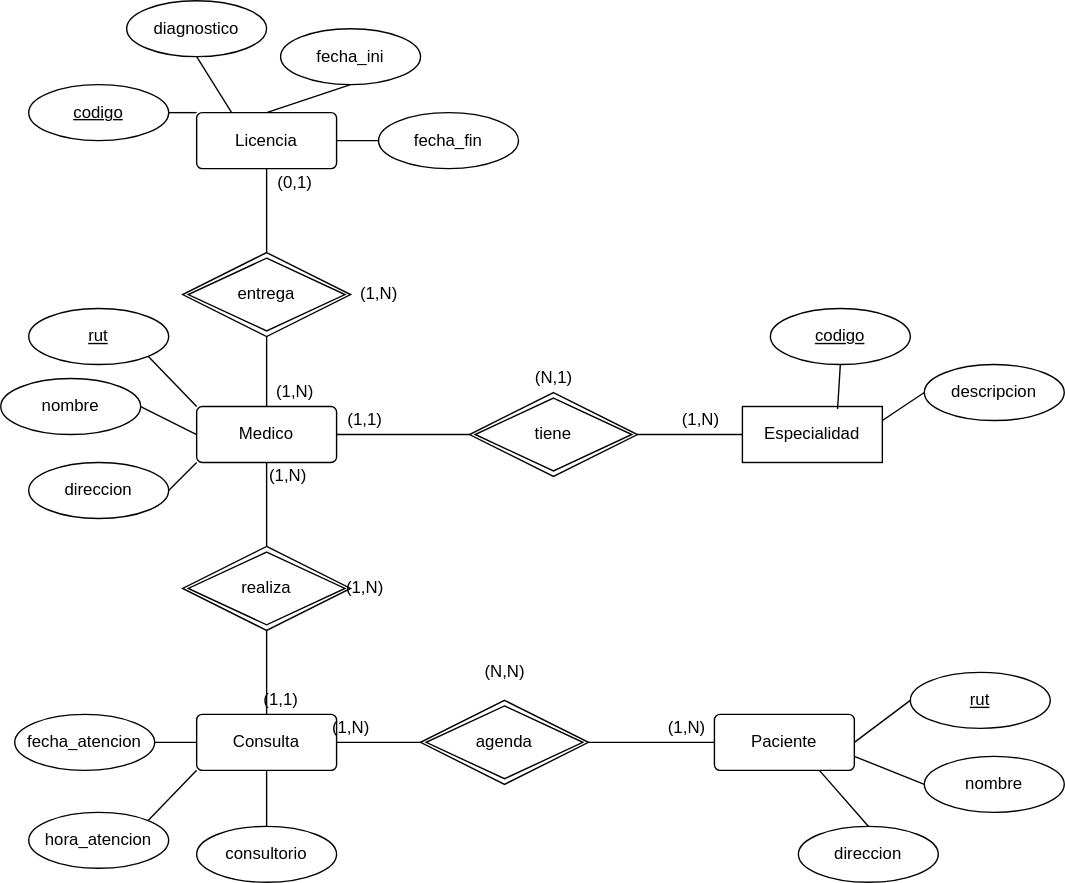
This is clinica_conceptual.svg from German-G-M/clinica, a draw.io export, as it was before one commit. Source tidied: cells renumbered, new cells last; positions are measured from the earlier drawing's top-left corner, leaving out a move shared by most shapes.
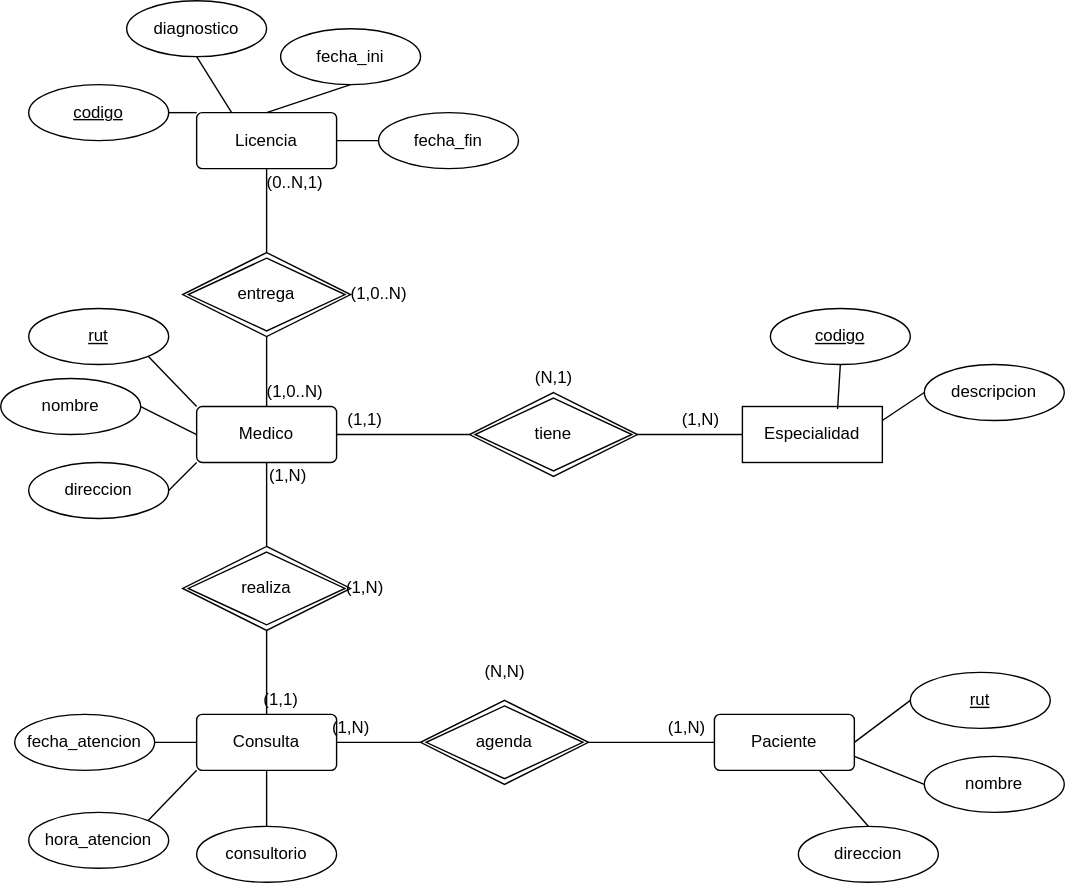
Later version of the same file.

Change to the diagram source:
```diff
@@ -170,14 +170,14 @@
     <mxCell id="57" value="(N,N)" style="text;html=1;align=center;verticalAlign=middle;strokeColor=none;fillColor=none;" parent="1" vertex="1">
       <mxGeometry x="340" y="470" width="40" height="20" as="geometry" />
     </mxCell>
-    <mxCell id="58" value="(1,N)" style="text;html=1;align=center;verticalAlign=middle;strokeColor=none;fillColor=none;" parent="1" vertex="1">
-      <mxGeometry x="190" y="270" width="40" height="20" as="geometry" />
+    <mxCell id="58" value="(1,0..N)" style="text;html=1;align=center;verticalAlign=middle;strokeColor=none;fillColor=none;" parent="1" vertex="1">
+      <mxGeometry x="180" y="270" width="60" height="20" as="geometry" />
     </mxCell>
-    <mxCell id="59" value="(0,1)" style="text;html=1;align=center;verticalAlign=middle;strokeColor=none;fillColor=none;" parent="1" vertex="1">
-      <mxGeometry x="190" y="120" width="40" height="20" as="geometry" />
+    <mxCell id="59" value="(0..N,1)" style="text;html=1;align=center;verticalAlign=middle;strokeColor=none;fillColor=none;" parent="1" vertex="1">
+      <mxGeometry x="180" y="120" width="60" height="20" as="geometry" />
     </mxCell>
-    <mxCell id="60" value="(1,N)" style="text;html=1;align=center;verticalAlign=middle;strokeColor=none;fillColor=none;" parent="1" vertex="1">
-      <mxGeometry x="250" y="200" width="40" height="20" as="geometry" />
+    <mxCell id="60" value="(1,0..N)" style="text;html=1;align=center;verticalAlign=middle;strokeColor=none;fillColor=none;" parent="1" vertex="1">
+      <mxGeometry x="240" y="200" width="60" height="20" as="geometry" />
     </mxCell>
   </root>
 </mxGraphModel>
```
